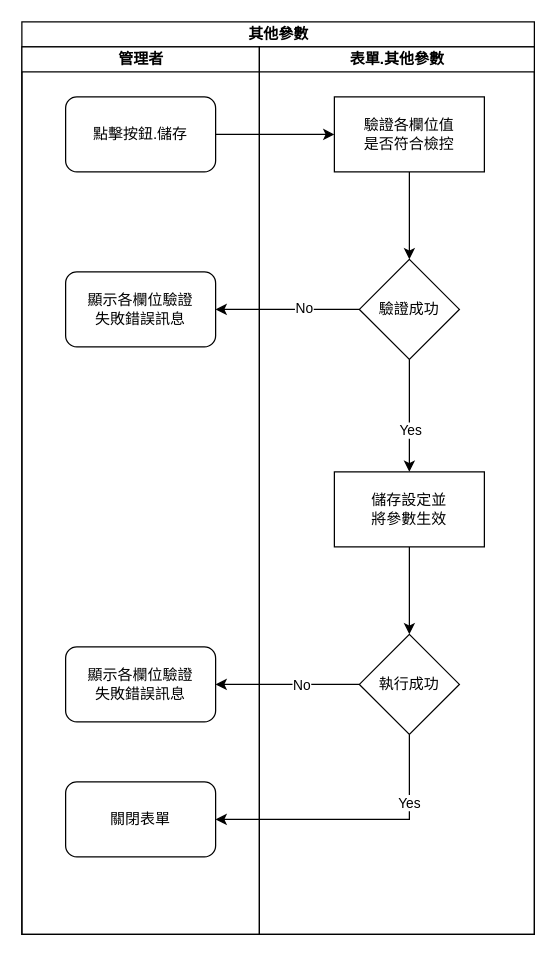
ArcareRD/sadocs keeps this draw.io diagram as 8.10.0/UPDATE/ITEM_2/RTE/diagram/其他參數.drawio. Above is the earlier version. Source tidied: cells renumbered, new cells numbered last; positions are measured from the earlier drawing's top-left corner, leaving out a move shared by most shapes. Both pictures are drawn from the tidied source at 125%, with x=0, y=0 at pixel (21, 21).
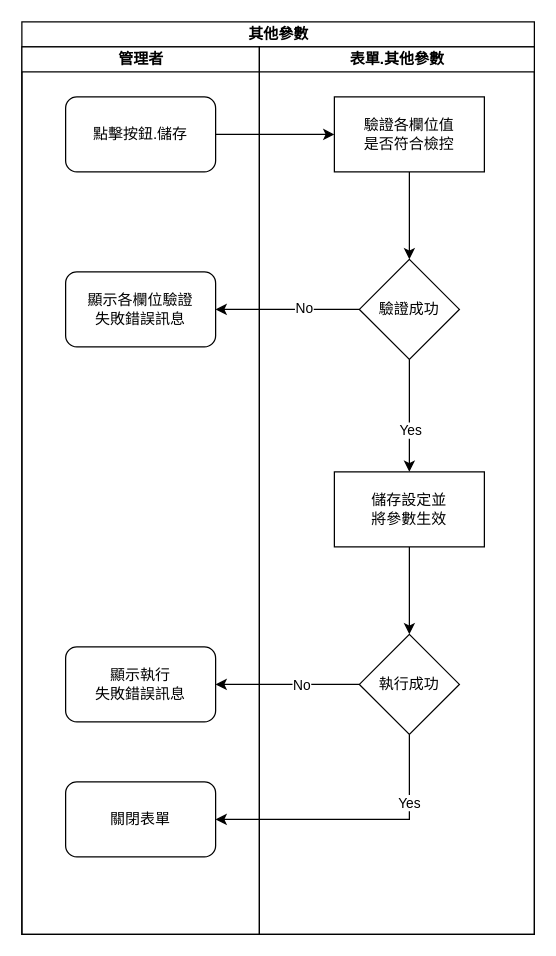
The same page after the edit.

Unchanged cells that the change refers to:
```xml
<mxCell id="3" value="管理者" style="swimlane;html=1;startSize=20;" parent="2" vertex="1">
  <mxGeometry y="20" width="190" height="710" as="geometry" />
</mxCell>
```

What changed in the source:
```diff
@@
-    <mxCell id="7" value="顯示各欄位驗證&lt;br&gt;失敗錯誤訊息" style="rounded=1;whiteSpace=wrap;html=1;" parent="3" vertex="1">
+    <mxCell id="7" value="顯示執行&lt;br&gt;失敗錯誤訊息" style="rounded=1;whiteSpace=wrap;html=1;" parent="3" vertex="1">
       <mxGeometry x="35" y="480" width="120" height="60" as="geometry" />
     </mxCell>
```
